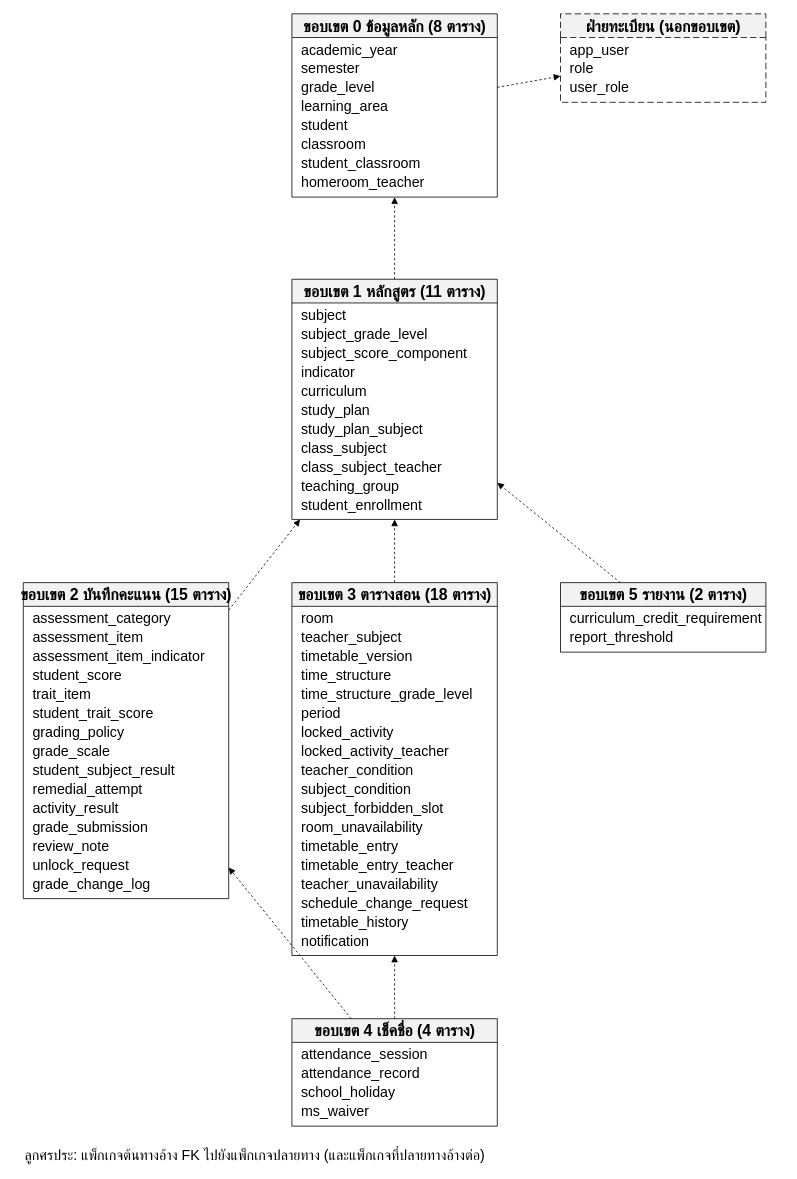
polymercatzz/Academic keeps this draw.io diagram as docs/database/er/er-overview.drawio. Above is the earlier version. Source tidied: cells renumbered, new cells numbered last; positions are measured from the earlier drawing's top-left corner, leaving out a move shared by most shapes. Both pictures are drawn from the tidied source at 79%, with x=0, y=0 at pixel (23, 13).
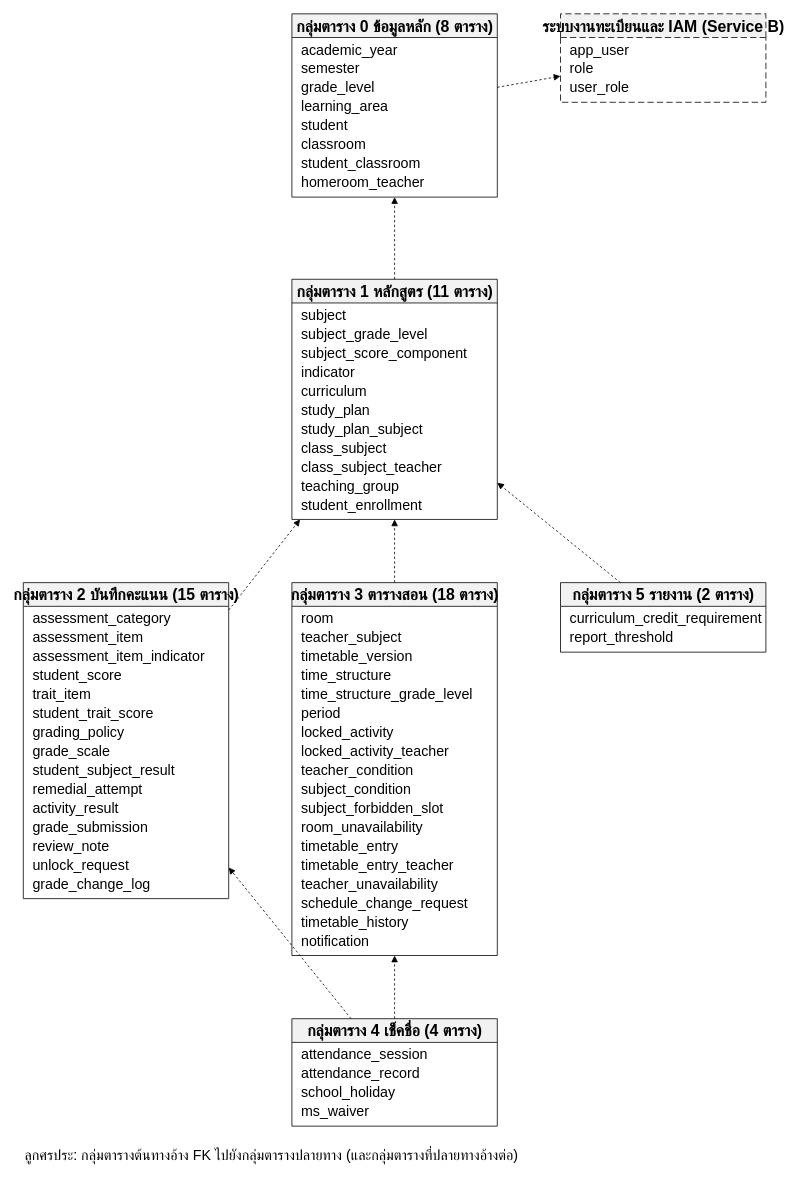
After the change.

Diff of the diagram source:
```diff
@@
-    <mxCell id="2" value="ขอบเขต 0 ข้อมูลหลัก (8 ตาราง)" style="swimlane;startSize=30;html=1;fontFamily=TH SarabunPSK;fontSize=20;fontStyle=1;fillColor=#F2F2F2;strokeColor=#000000;swimlaneFillColor=#FFFFFF;" parent="1" vertex="1">
+    <mxCell id="2" value="กลุ่มตาราง 0 ข้อมูลหลัก (8 ตาราง)" style="swimlane;startSize=30;html=1;fontFamily=TH SarabunPSK;fontSize=20;fontStyle=1;fillColor=#F2F2F2;strokeColor=#000000;swimlaneFillColor=#FFFFFF;" parent="1" vertex="1">
       <mxGeometry x="340" width="260" height="232" as="geometry" />
     </mxCell>
@@
-    <mxCell id="11" value="ขอบเขต 1 หลักสูตร (11 ตาราง)" style="swimlane;startSize=30;html=1;fontFamily=TH SarabunPSK;fontSize=20;fontStyle=1;fillColor=#F2F2F2;strokeColor=#000000;swimlaneFillColor=#FFFFFF;" parent="1" vertex="1">
+    <mxCell id="11" value="กลุ่มตาราง 1 หลักสูตร (11 ตาราง)" style="swimlane;startSize=30;html=1;fontFamily=TH SarabunPSK;fontSize=20;fontStyle=1;fillColor=#F2F2F2;strokeColor=#000000;swimlaneFillColor=#FFFFFF;" parent="1" vertex="1">
       <mxGeometry x="340" y="336" width="260" height="304" as="geometry" />
     </mxCell>
@@
-    <mxCell id="23" value="ขอบเขต 2 บันทึกคะแนน (15 ตาราง)" style="swimlane;startSize=30;html=1;fontFamily=TH SarabunPSK;fontSize=20;fontStyle=1;fillColor=#F2F2F2;strokeColor=#000000;swimlaneFillColor=#FFFFFF;" parent="1" vertex="1">
+    <mxCell id="23" value="กลุ่มตาราง 2 บันทึกคะแนน (15 ตาราง)" style="swimlane;startSize=30;html=1;fontFamily=TH SarabunPSK;fontSize=20;fontStyle=1;fillColor=#F2F2F2;strokeColor=#000000;swimlaneFillColor=#FFFFFF;" parent="1" vertex="1">
       <mxGeometry y="720" width="260" height="400" as="geometry" />
     </mxCell>
@@
-    <mxCell id="39" value="ขอบเขต 3 ตารางสอน (18 ตาราง)" style="swimlane;startSize=30;html=1;fontFamily=TH SarabunPSK;fontSize=20;fontStyle=1;fillColor=#F2F2F2;strokeColor=#000000;swimlaneFillColor=#FFFFFF;" parent="1" vertex="1">
+    <mxCell id="39" value="กลุ่มตาราง 3 ตารางสอน (18 ตาราง)" style="swimlane;startSize=30;html=1;fontFamily=TH SarabunPSK;fontSize=20;fontStyle=1;fillColor=#F2F2F2;strokeColor=#000000;swimlaneFillColor=#FFFFFF;" parent="1" vertex="1">
       <mxGeometry x="340" y="720" width="260" height="472" as="geometry" />
     </mxCell>
@@
-    <mxCell id="58" value="ขอบเขต 4 เช็คชื่อ (4 ตาราง)" style="swimlane;startSize=30;html=1;fontFamily=TH SarabunPSK;fontSize=20;fontStyle=1;fillColor=#F2F2F2;strokeColor=#000000;swimlaneFillColor=#FFFFFF;" parent="1" vertex="1">
+    <mxCell id="58" value="กลุ่มตาราง 4 เช็คชื่อ (4 ตาราง)" style="swimlane;startSize=30;html=1;fontFamily=TH SarabunPSK;fontSize=20;fontStyle=1;fillColor=#F2F2F2;strokeColor=#000000;swimlaneFillColor=#FFFFFF;" parent="1" vertex="1">
       <mxGeometry x="340" y="1272" width="260" height="136" as="geometry" />
     </mxCell>
@@
-    <mxCell id="63" value="ขอบเขต 5 รายงาน (2 ตาราง)" style="swimlane;startSize=30;html=1;fontFamily=TH SarabunPSK;fontSize=20;fontStyle=1;fillColor=#F2F2F2;strokeColor=#000000;swimlaneFillColor=#FFFFFF;" parent="1" vertex="1">
+    <mxCell id="63" value="กลุ่มตาราง 5 รายงาน (2 ตาราง)" style="swimlane;startSize=30;html=1;fontFamily=TH SarabunPSK;fontSize=20;fontStyle=1;fillColor=#F2F2F2;strokeColor=#000000;swimlaneFillColor=#FFFFFF;" parent="1" vertex="1">
       <mxGeometry x="680" y="720" width="260" height="88" as="geometry" />
     </mxCell>
@@
-    <mxCell id="73" value="ลูกศรประ: แพ็กเกจต้นทางอ้าง FK ไปยังแพ็กเกจปลายทาง (และแพ็กเกจที่ปลายทางอ้างต่อ)" style="text;html=1;fontFamily=TH SarabunPSK;fontSize=18;align=left;" parent="1" vertex="1">
+    <mxCell id="73" value="ลูกศรประ: กลุ่มตารางต้นทางอ้าง FK ไปยังกลุ่มตารางปลายทาง (และกลุ่มตารางที่ปลายทางอ้างต่อ)" style="text;html=1;fontFamily=TH SarabunPSK;fontSize=18;align=left;" parent="1" vertex="1">
       <mxGeometry y="1428" width="600" height="30" as="geometry" />
     </mxCell>
-    <mxCell id="74" value="ฝ่ายทะเบียน (นอกขอบเขต)" style="swimlane;startSize=30;html=1;fontFamily=TH SarabunPSK;fontSize=20;fontStyle=1;fillColor=#F2F2F2;strokeColor=#000000;swimlaneFillColor=#FFFFFF;dashed=1;dashPattern=8 4;" parent="1" vertex="1">
+    <mxCell id="74" value="ระบบงานทะเบียนและ IAM (Service B)" style="swimlane;startSize=30;html=1;fontFamily=TH SarabunPSK;fontSize=20;fontStyle=1;fillColor=#F2F2F2;strokeColor=#000000;swimlaneFillColor=#FFFFFF;dashed=1;dashPattern=8 4;" parent="1" vertex="1">
       <mxGeometry x="680" width="260" height="112" as="geometry" />
     </mxCell>
```
